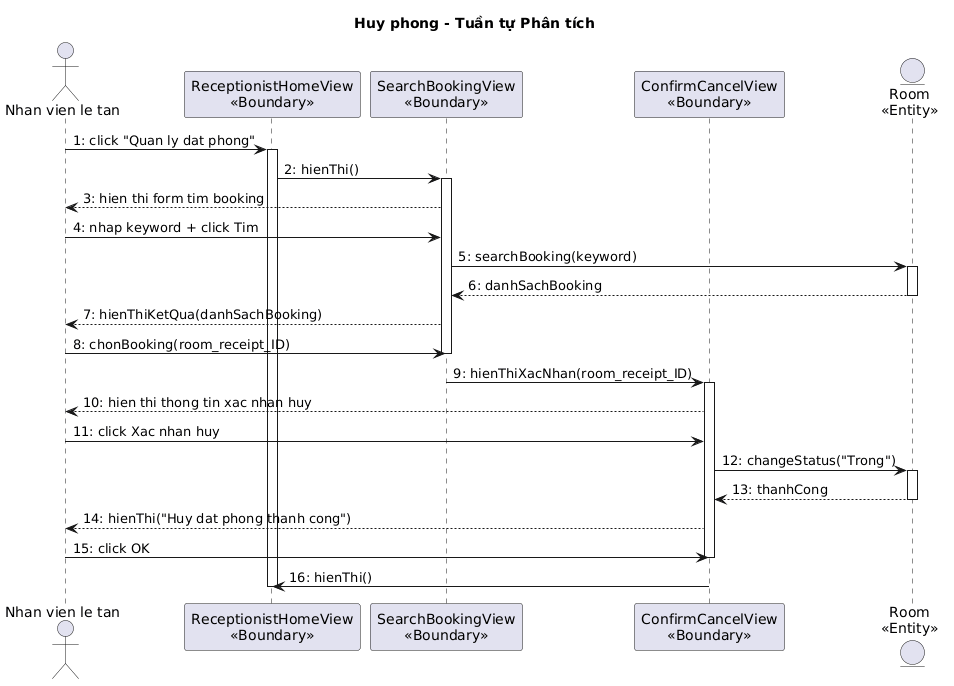
thanhtrnnn/cnpm keeps this PlantUML diagram as output/diagrams/booking_aseq_huyphong.png. Above is the earlier version.
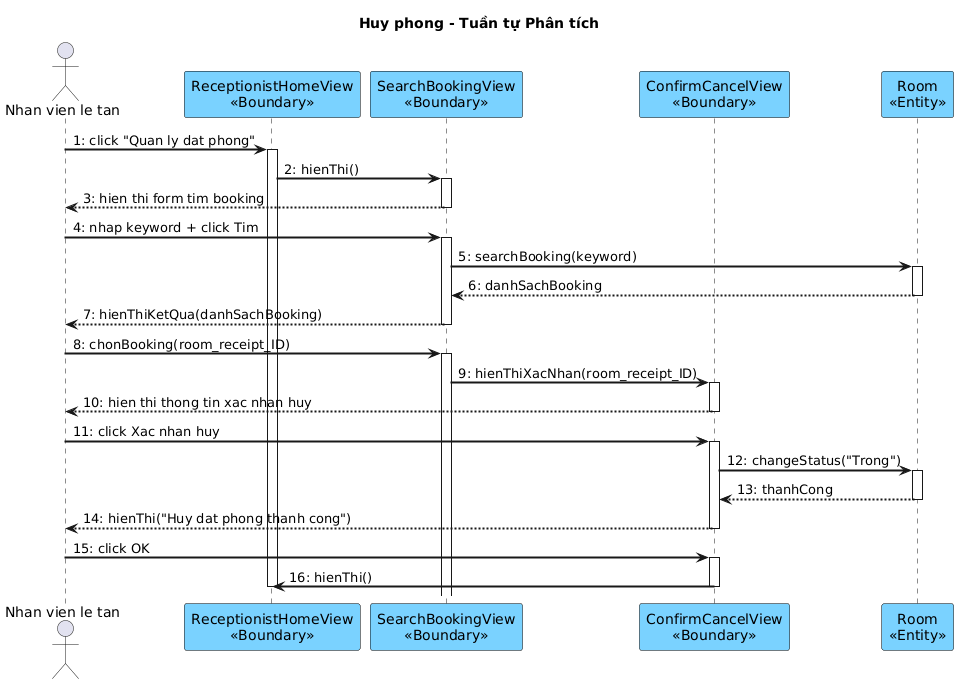
Above is the later version.

Change to the diagram source:
```diff
@@ -1,36 +1,57 @@
 @startuml
+skinparam shadowing false
+skinparam SequenceMessageAlign left
+skinparam SequenceArrowThickness 2
+skinparam ParticipantBackgroundColor #7AD2FF
+skinparam ParticipantBorderColor black
+skinparam BoundaryBackgroundColor #7AD2FF
+skinparam BoundaryBorderColor black
+skinparam EntityBackgroundColor #7AD2FF
+skinparam EntityBorderColor black
+
 title Huy phong - Tuần tự Phân tích
 
 actor "Nhan vien le tan" as NV
 participant "ReceptionistHomeView\n<<Boundary>>" as Home
-participant "SearchBookingView\n<<Boundary>>" as SearchBooking
-participant "ConfirmCancelView\n<<Boundary>>" as Confirm
-entity "Room\n<<Entity>>" as Room
+participant "SearchBookingView\n<<Boundary>>" as SBV
+participant "ConfirmCancelView\n<<Boundary>>" as CCV
+participant "Room\n<<Entity>>" as Room
 
 NV -> Home : 1: click "Quan ly dat phong"
 activate Home
-Home -> SearchBooking : 2: hienThi()
-activate SearchBooking
-SearchBooking --> NV : 3: hien thi form tim booking
-NV -> SearchBooking : 4: nhap keyword + click Tim
-SearchBooking -> Room : 5: searchBooking(keyword)
+Home -> SBV : 2: hienThi()
+activate SBV
+SBV --> NV : 3: hien thi form tim booking
+deactivate SBV
+
+NV -> SBV : 4: nhap keyword + click Tim
+activate SBV
+SBV -> Room : 5: searchBooking(keyword)
 activate Room
-Room --> SearchBooking : 6: danhSachBooking
+Room --> SBV : 6: danhSachBooking
 deactivate Room
-SearchBooking --> NV : 7: hienThiKetQua(danhSachBooking)
-NV -> SearchBooking : 8: chonBooking(room_receipt_ID)
-deactivate SearchBooking
-SearchBooking -> Confirm : 9: hienThiXacNhan(room_receipt_ID)
-activate Confirm
-Confirm --> NV : 10: hien thi thong tin xac nhan huy
-NV -> Confirm : 11: click Xac nhan huy
-Confirm -> Room : 12: changeStatus("Trong")
+SBV --> NV : 7: hienThiKetQua(danhSachBooking)
+deactivate SBV
+
+NV -> SBV : 8: chonBooking(room_receipt_ID)
+activate SBV
+SBV -> CCV : 9: hienThiXacNhan(room_receipt_ID)
+activate CCV
+CCV --> NV : 10: hien thi thong tin xac nhan huy
+deactivate CCV
+
+NV -> CCV : 11: click Xac nhan huy
+activate CCV
+CCV -> Room : 12: changeStatus("Trong")
 activate Room
-Room --> Confirm : 13: thanhCong
+Room --> CCV : 13: thanhCong
 deactivate Room
-Confirm --> NV : 14: hienThi("Huy dat phong thanh cong")
-NV -> Confirm : 15: click OK
-deactivate Confirm
-Confirm -> Home : 16: hienThi()
+CCV --> NV : 14: hienThi("Huy dat phong thanh cong")
+deactivate CCV
+
+NV -> CCV : 15: click OK
+activate CCV
+CCV -> Home : 16: hienThi()
+deactivate CCV
 deactivate Home
 @enduml
```
